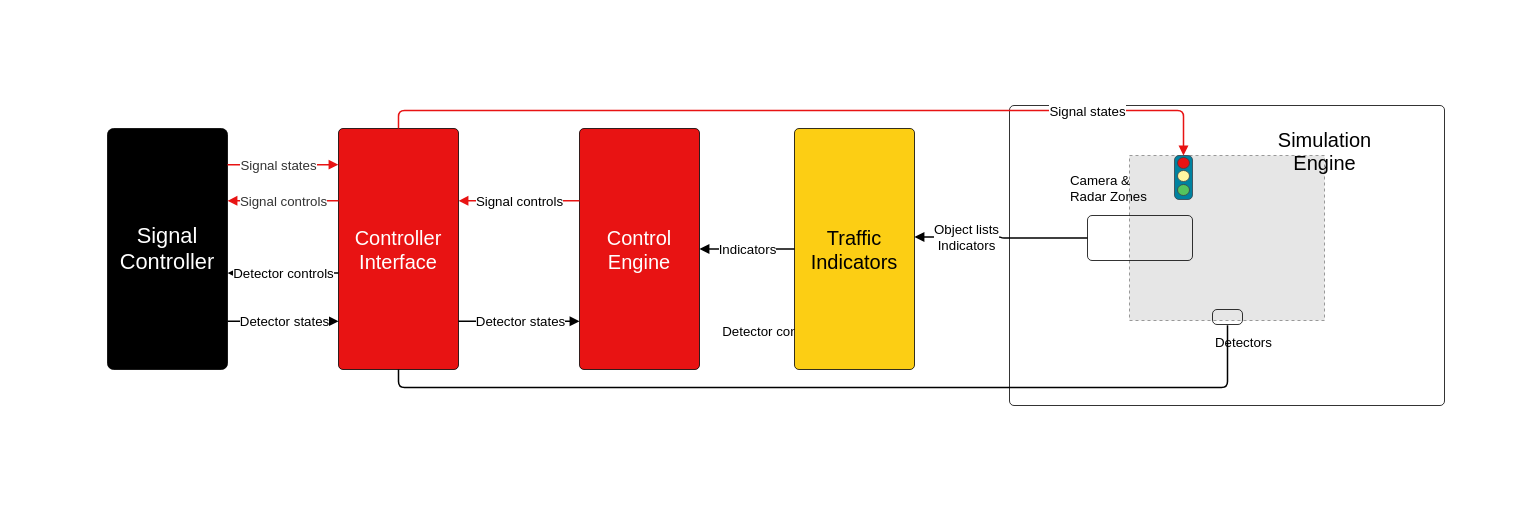
Earlier version of the draw.io diagram page "live_control" (4 of 5) of doc/dia/OC_README_diagrams.drawio (Open-TLC/open_controller). Source tidied: cells renumbered, new cells numbered last; positions are measured from the earlier drawing's top-left corner, leaving out a move shared by most shapes. Both pictures are drawn from the tidied source at 100%, with x=0, y=0 at pixel (17, 17). Pictures stored in the file or linked from it are replaced by grey dashed boxes.
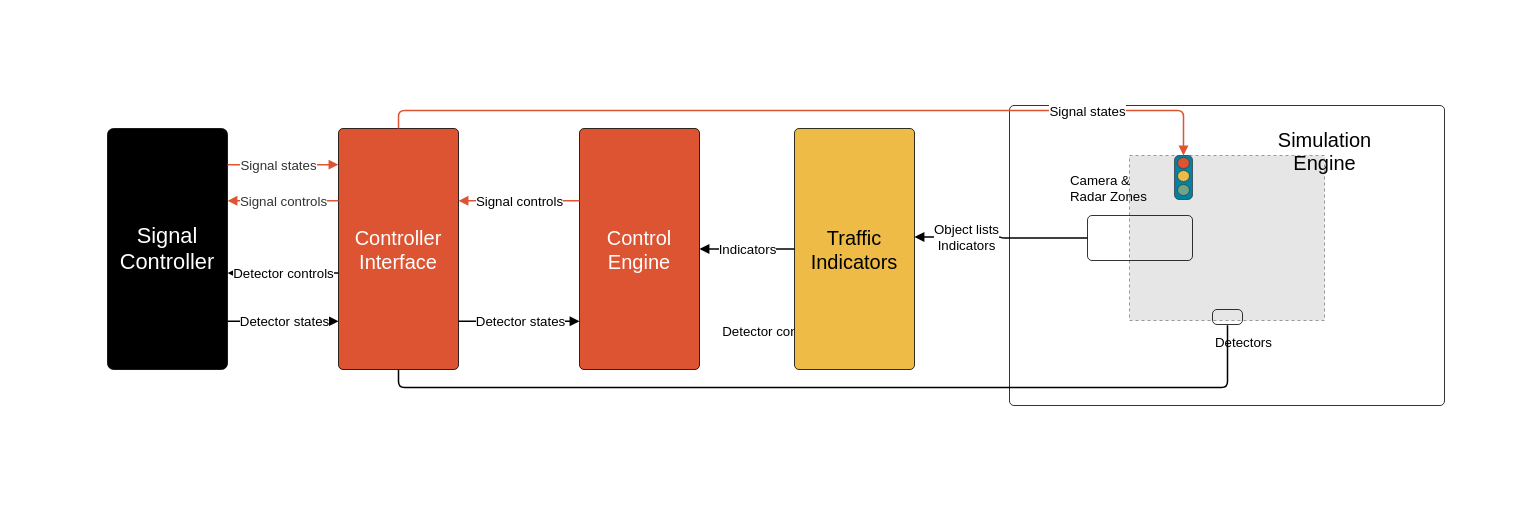
The same diagram, later.

The change refers to these unchanged cells:
```xml
<mxCell id="3" value="&lt;div style=&quot;display: flex; justify-content: center; text-align: center; align-items: baseline; font-size: 0; line-height: 1.25;margin-top: -2px;&quot;&gt;&lt;span&gt;&lt;span style=&quot;font-size:21.8px;color:#ffffff;font-family: Gill Sans;&quot;&gt;Signal&#10;&lt;/span&gt;&lt;/span&gt;&lt;/div&gt;&lt;div style=&quot;display: flex; justify-content: center; text-align: center; align-items: baseline; font-size: 0; line-height: 1.25;margin-top: -2px;&quot;&gt;&lt;span&gt;&lt;span style=&quot;font-size:21.8px;color:#ffffff;font-family: Gill Sans;&quot;&gt;Controller&lt;/span&gt;&lt;/span&gt;&lt;/div&gt;" style="html=1;overflow=block;blockSpacing=1;whiteSpace=wrap;fontSize=13;fontFamily=Gill Sans;spacing=9;strokeOpacity=100;fillOpacity=100;rounded=1;absoluteArcSize=1;arcSize=12;fillColor=#000000;strokeWidth=0.8;lucidId=Kn7rSv5eXCZB;" parent="1" vertex="1">
  <mxGeometry x="90" y="111" width="120" height="241" as="geometry" />
</mxCell>
<mxCell id="14" style="html=1;overflow=block;blockSpacing=1;whiteSpace=wrap;fontSize=13;spacing=3.8;strokeColor=#3a414a;strokeOpacity=100;fillOpacity=100;rounded=1;absoluteArcSize=1;arcSize=9;fillColor=#0082a0;strokeWidth=0.8;lucidId=Kn7rlH6U0gRb;" parent="1" vertex="1">
  <mxGeometry x="1157" y="138" width="18" height="44" as="geometry" />
</mxCell>
```

What changed in the source:
```diff
@@
-    <mxCell id="5" value="Controller&#10;Interface" style="html=1;overflow=block;blockSpacing=1;whiteSpace=wrap;fontSize=20;fontColor=#ffffff;spacing=9;strokeOpacity=100;fillOpacity=100;rounded=1;absoluteArcSize=1;arcSize=9;fillColor=#e81313;strokeWidth=0.8;lucidId=Kn7ryrkJqPRo;" parent="1" vertex="1">
+    <mxCell id="5" value="Controller&#10;Interface" style="html=1;overflow=block;blockSpacing=1;whiteSpace=wrap;fontSize=20;fontColor=#ffffff;spacing=9;strokeOpacity=100;fillOpacity=100;rounded=1;absoluteArcSize=1;arcSize=9;fillColor=#dd5433;strokeWidth=0.8;lucidId=Kn7ryrkJqPRo;" parent="1" vertex="1">
       <mxGeometry x="321" y="111" width="120" height="241" as="geometry" />
     </mxCell>
-    <mxCell id="6" value="Control&#10;Engine" style="html=1;overflow=block;blockSpacing=1;whiteSpace=wrap;fontSize=20;fontColor=#ffffff;spacing=9;strokeOpacity=100;fillOpacity=100;rounded=1;absoluteArcSize=1;arcSize=9;fillColor=#e81313;strokeWidth=0.8;lucidId=Kn7rC8S4KXX8;" parent="1" vertex="1">
+    <mxCell id="6" value="Control&#10;Engine" style="html=1;overflow=block;blockSpacing=1;whiteSpace=wrap;fontSize=20;fontColor=#ffffff;spacing=9;strokeOpacity=100;fillOpacity=100;rounded=1;absoluteArcSize=1;arcSize=9;fillColor=#dd5433;strokeWidth=0.8;lucidId=Kn7rC8S4KXX8;" parent="1" vertex="1">
       <mxGeometry x="562" y="111" width="120" height="241" as="geometry" />
     </mxCell>
@@
-    <mxCell id="15" style="html=1;overflow=block;blockSpacing=1;whiteSpace=wrap;ellipse;fontSize=13;spacing=3.8;strokeColor=#3a414a;strokeOpacity=100;fillOpacity=100;rounded=1;absoluteArcSize=1;arcSize=9;fillColor=#54c45e;strokeWidth=0.8;lucidId=Kn7r8AbXSSGv;" parent="14" vertex="1">
+    <mxCell id="15" style="html=1;overflow=block;blockSpacing=1;whiteSpace=wrap;ellipse;fontSize=13;spacing=3.8;strokeColor=#3a414a;strokeOpacity=100;fillOpacity=100;rounded=1;absoluteArcSize=1;arcSize=9;fillColor=#6fa489;strokeWidth=0.8;lucidId=Kn7r8AbXSSGv;" parent="14" vertex="1">
       <mxGeometry x="3" y="29" width="12" height="11" as="geometry" />
     </mxCell>
-    <mxCell id="16" style="html=1;overflow=block;blockSpacing=1;whiteSpace=wrap;ellipse;fontSize=13;spacing=3.8;strokeColor=#3a414a;strokeOpacity=100;fillOpacity=100;rounded=1;absoluteArcSize=1;arcSize=9;fillColor=#e81313;strokeWidth=0.8;lucidId=Kn7rE2QD~_g5;" parent="14" vertex="1">
+    <mxCell id="16" style="html=1;overflow=block;blockSpacing=1;whiteSpace=wrap;ellipse;fontSize=13;spacing=3.8;strokeColor=#3a414a;strokeOpacity=100;fillOpacity=100;rounded=1;absoluteArcSize=1;arcSize=9;fillColor=#dd5433;strokeWidth=0.8;lucidId=Kn7rE2QD~_g5;" parent="14" vertex="1">
       <mxGeometry x="3" y="2" width="12" height="11" as="geometry" />
     </mxCell>
-    <mxCell id="17" style="html=1;overflow=block;blockSpacing=1;whiteSpace=wrap;ellipse;fontSize=13;spacing=3.8;strokeColor=#3a414a;strokeOpacity=100;fillOpacity=100;rounded=1;absoluteArcSize=1;arcSize=9;fillColor=#fff7a1;strokeWidth=0.8;lucidId=Kn7rk18.Iylv;" parent="14" vertex="1">
+    <mxCell id="17" style="html=1;overflow=block;blockSpacing=1;whiteSpace=wrap;ellipse;fontSize=13;spacing=3.8;strokeColor=#3a414a;strokeOpacity=100;fillOpacity=100;rounded=1;absoluteArcSize=1;arcSize=9;fillColor=#eebc46;strokeWidth=0.8;lucidId=Kn7rk18.Iylv;" parent="14" vertex="1">
       <mxGeometry x="3" y="15" width="12" height="11" as="geometry" />
     </mxCell>
@@
-    <mxCell id="20" style="html=1;jettySize=18;whiteSpace=wrap;fontSize=13;strokeColor=#e81313;strokeOpacity=100;strokeWidth=1.5;rounded=1;arcSize=12;edgeStyle=orthogonalEdgeStyle;startArrow=none;endArrow=block;endFill=1;exitX=0;exitY=0.3;exitPerimeter=0;entryX=1;entryY=0.3;entryPerimeter=0;lucidId=jE7r7AtxYWf.;" parent="1" edge="1" source="6" target="5">
+    <mxCell id="20" style="html=1;jettySize=18;whiteSpace=wrap;fontSize=13;strokeColor=#dd5433;strokeOpacity=100;strokeWidth=1.5;rounded=1;arcSize=12;edgeStyle=orthogonalEdgeStyle;startArrow=none;endArrow=block;endFill=1;exitX=0;exitY=0.3;exitPerimeter=0;entryX=1;entryY=0.3;entryPerimeter=0;lucidId=jE7r7AtxYWf.;" parent="1" edge="1" source="6" target="5">
       <mxGeometry relative="1" as="geometry" />
     </mxCell>
@@
-    <mxCell id="22" style="html=1;jettySize=18;whiteSpace=wrap;fontSize=13;strokeColor=#e81313;strokeOpacity=100;strokeWidth=1.5;rounded=1;arcSize=12;edgeStyle=orthogonalEdgeStyle;startArrow=none;endArrow=block;endFill=1;exitX=0;exitY=0.3;exitPerimeter=0;entryX=1;entryY=0.3;entryPerimeter=0;lucidId=Dw7rd.VHj.p4;" parent="1" edge="1" source="5" target="3">
+    <mxCell id="22" style="html=1;jettySize=18;whiteSpace=wrap;fontSize=13;strokeColor=#dd5433;strokeOpacity=100;strokeWidth=1.5;rounded=1;arcSize=12;edgeStyle=orthogonalEdgeStyle;startArrow=none;endArrow=block;endFill=1;exitX=0;exitY=0.3;exitPerimeter=0;entryX=1;entryY=0.3;entryPerimeter=0;lucidId=Dw7rd.VHj.p4;" parent="1" edge="1" source="5" target="3">
       <mxGeometry relative="1" as="geometry" />
     </mxCell>
@@
-    <mxCell id="24" style="html=1;jettySize=18;whiteSpace=wrap;fontSize=13;strokeColor=#e81313;strokeOpacity=100;strokeWidth=1.5;rounded=1;arcSize=12;edgeStyle=orthogonalEdgeStyle;startArrow=none;endArrow=block;endFill=1;exitX=1;exitY=0.15;exitPerimeter=0;entryX=0;entryY=0.15;entryPerimeter=0;lucidId=Qw7raBhd0nNX;" parent="1" edge="1" source="3" target="5">
+    <mxCell id="24" style="html=1;jettySize=18;whiteSpace=wrap;fontSize=13;strokeColor=#dd5433;strokeOpacity=100;strokeWidth=1.5;rounded=1;arcSize=12;edgeStyle=orthogonalEdgeStyle;startArrow=none;endArrow=block;endFill=1;exitX=1;exitY=0.15;exitPerimeter=0;entryX=0;entryY=0.15;entryPerimeter=0;lucidId=Qw7raBhd0nNX;" parent="1" edge="1" source="3" target="5">
       <mxGeometry relative="1" as="geometry" />
     </mxCell>
@@
-    <mxCell id="32" style="html=1;jettySize=18;whiteSpace=wrap;fontSize=13;strokeColor=#e81313;strokeOpacity=100;strokeWidth=1.5;rounded=1;arcSize=12;edgeStyle=orthogonalEdgeStyle;startArrow=none;endArrow=block;endFill=1;exitX=0.5;exitY=0;exitPerimeter=0;entryX=0.5;entryY=0;entryPerimeter=0;lucidId=9F7ratBmtx.K;" parent="1" edge="1" source="5" target="14">
+    <mxCell id="32" style="html=1;jettySize=18;whiteSpace=wrap;fontSize=13;strokeColor=#dd5433;strokeOpacity=100;strokeWidth=1.5;rounded=1;arcSize=12;edgeStyle=orthogonalEdgeStyle;startArrow=none;endArrow=block;endFill=1;exitX=0.5;exitY=0;exitPerimeter=0;entryX=0.5;entryY=0;entryPerimeter=0;lucidId=9F7ratBmtx.K;" parent="1" edge="1" source="5" target="14">
       <mxGeometry relative="1" as="geometry" />
     </mxCell>
@@
-    <mxCell id="35" value="Traffic&#10;Indicators" style="html=1;overflow=block;blockSpacing=1;whiteSpace=wrap;fontSize=20;spacing=9;strokeOpacity=100;fillOpacity=100;rounded=1;absoluteArcSize=1;arcSize=9;fillColor=#fcce14;strokeWidth=0.8;lucidId=NN7rgVLJIizt;" parent="1" vertex="1">
+    <mxCell id="35" value="Traffic&#10;Indicators" style="html=1;overflow=block;blockSpacing=1;whiteSpace=wrap;fontSize=20;spacing=9;strokeOpacity=100;fillOpacity=100;rounded=1;absoluteArcSize=1;arcSize=9;fillColor=#eebc46;strokeWidth=0.8;lucidId=NN7rgVLJIizt;" parent="1" vertex="1">
       <mxGeometry x="777" y="111" width="120" height="241" as="geometry" />
     </mxCell>
```
